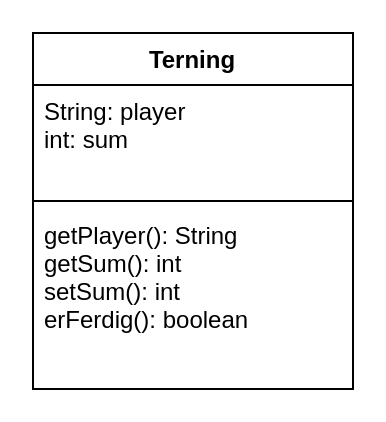
Before: Ovinger/ovinger/src/main/java/ovinger/Oving4/terningKlasse.drawio in magnus411/OvingsOppgaver, a draw.io diagram. Source tidied: cells renumbered, new cells numbered last; positions are measured from the earlier drawing's top-left corner, leaving out a move shared by most shapes. Both pictures are drawn from the tidied source at 200%, with x=0, y=0 at pixel (32, 32).
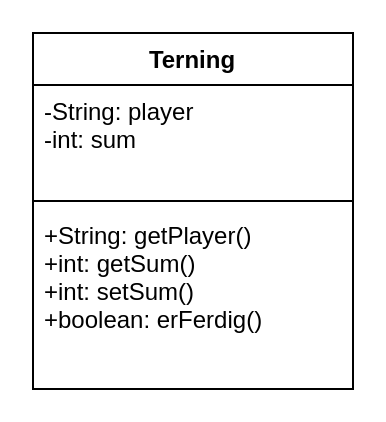
After the change.

Change to the diagram source:
```diff
@@
 <mxGraphModel>
   <root>
     <mxCell id="0" />
     <mxCell id="1" parent="0" />
     <mxCell id="2" value="Terning" style="swimlane;fontStyle=1;align=center;verticalAlign=top;horizontal=1;startSize=26;strokeColor=default;" parent="1" vertex="1">
       <mxGeometry width="160" height="178" as="geometry" />
     </mxCell>
-    <mxCell id="3" value="String: player&#10;int: sum" style="text;strokeColor=none;fillColor=none;align=left;verticalAlign=top;spacingLeft=4;spacingRight=4;overflow=hidden;" parent="2" vertex="1">
+    <mxCell id="3" value="-String: player&#10;-int: sum" style="text;strokeColor=none;fillColor=none;align=left;verticalAlign=top;spacingLeft=4;spacingRight=4;overflow=hidden;" parent="2" vertex="1">
       <mxGeometry y="26" width="160" height="54" as="geometry" />
     </mxCell>
     <mxCell id="4" style="line;strokeWidth=1;fillColor=none;align=left;verticalAlign=middle;spacingTop=-1;spacingLeft=3;spacingRight=3;labelPosition=right;" parent="2" vertex="1">
       <mxGeometry y="80" width="160" height="8" as="geometry" />
     </mxCell>
-    <mxCell id="5" value="getPlayer(): String&#10;getSum(): int&#10;setSum(): int&#10;erFerdig(): boolean" style="text;strokeColor=none;fillColor=none;align=left;verticalAlign=top;spacingLeft=4;spacingRight=4;overflow=hidden;" parent="2" vertex="1">
+    <mxCell id="5" value="+String: getPlayer()&#10;+int: getSum()&#10;+int: setSum()&#10;+boolean: erFerdig()" style="text;strokeColor=none;fillColor=none;align=left;verticalAlign=top;spacingLeft=4;spacingRight=4;overflow=hidden;" parent="2" vertex="1">
       <mxGeometry y="88" width="160" height="90" as="geometry" />
     </mxCell>
   </root>
 </mxGraphModel>
```
